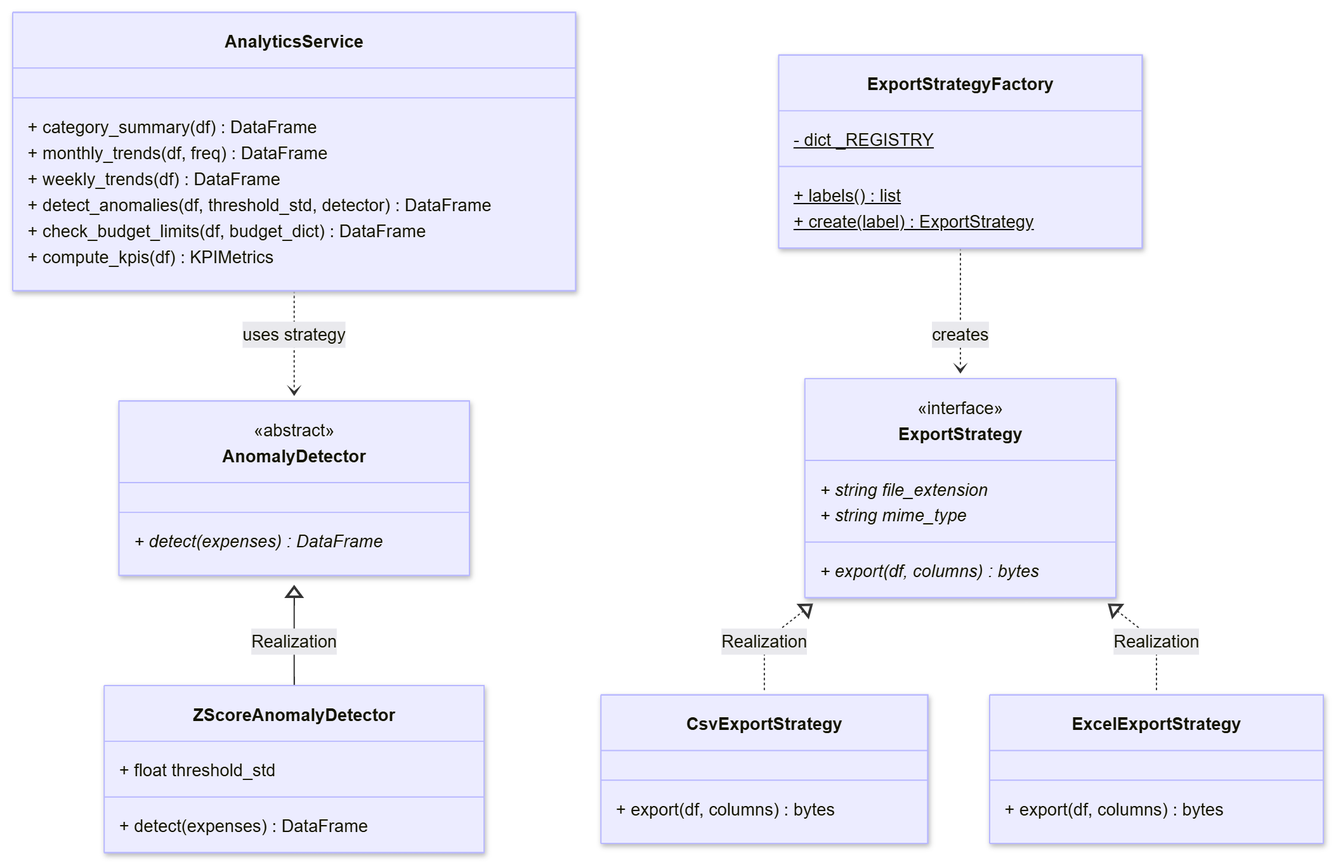
Above: UML/Png_Files/03_analytics_and_exporter.png in VahagMardyan/Bank_Statement_Analyser (Mermaid), before the change. Its source is kept beside it as UML/Mmd_Files/03_analytics_and_exporter.mmd.
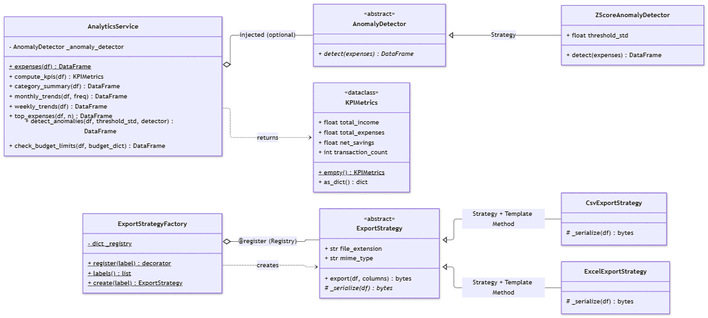
After the commit.

Change to the diagram source:
```diff
@@ -1,47 +1,62 @@
 classDiagram
+    direction LR
+
+    class AnalyticsService {
+        - AnomalyDetector _anomaly_detector
+        + expenses(df)$ DataFrame
+        + compute_kpis(df) KPIMetrics
+        + category_summary(df) DataFrame
+        + monthly_trends(df, freq) DataFrame
+        + weekly_trends(df) DataFrame
+        + top_expenses(df, n) DataFrame
+        + detect_anomalies(df, threshold_std, detector) DataFrame
+        + check_budget_limits(df, budget_dict) DataFrame
+    }
+
     class AnomalyDetector {
         <<abstract>>
         + detect(expenses)* DataFrame
     }
-
     class ZScoreAnomalyDetector {
         + float threshold_std
         + detect(expenses) DataFrame
     }
 
-    class AnalyticsService {
-        + category_summary(df) DataFrame
-        + monthly_trends(df, freq) DataFrame
-        + weekly_trends(df) DataFrame
-        + detect_anomalies(df, threshold_std, detector) DataFrame
-        + check_budget_limits(df, budget_dict) DataFrame
-        + compute_kpis(df) KPIMetrics
+    class KPIMetrics {
+        <<dataclass>>
+        + float total_income
+        + float total_expenses
+        + float net_savings
+        + int transaction_count
+        + empty()$ KPIMetrics
+        + as_dict() dict
     }
 
     class ExportStrategy {
-        <<interface>>
-        + string file_extension*
-        + string mime_type*
-        + export(df, columns)* bytes
+        <<abstract>>
+        + str file_extension
+        + str mime_type
+        + export(df, columns) bytes
+        # _serialize(df)* bytes
     }
-
     class CsvExportStrategy {
-        + export(df, columns) bytes
+        # _serialize(df) bytes
     }
-
     class ExcelExportStrategy {
-        + export(df, columns) bytes
+        # _serialize(df) bytes
     }
-
     class ExportStrategyFactory {
-        - dict _REGISTRY$
+        - dict _registry$
+        + register(label)$ decorator
         + labels()$ list
         + create(label)$ ExportStrategy
     }
 
-    AnomalyDetector <|-- ZScoreAnomalyDetector : Realization
-    ExportStrategy <|.. CsvExportStrategy : Realization
-    ExportStrategy <|.. ExcelExportStrategy : Realization
+    AnomalyDetector <|-- ZScoreAnomalyDetector : Strategy
+    AnalyticsService o-- AnomalyDetector : injected (optional)
+    AnalyticsService ..> KPIMetrics : returns
 
-    AnalyticsService ..> AnomalyDetector : uses strategy
+    ExportStrategy <|-- CsvExportStrategy : Strategy + Template Method
+    ExportStrategy <|-- ExcelExportStrategy : Strategy + Template Method
+    ExportStrategyFactory o-- ExportStrategy : @register (Registry)
     ExportStrategyFactory ..> ExportStrategy : creates
```
